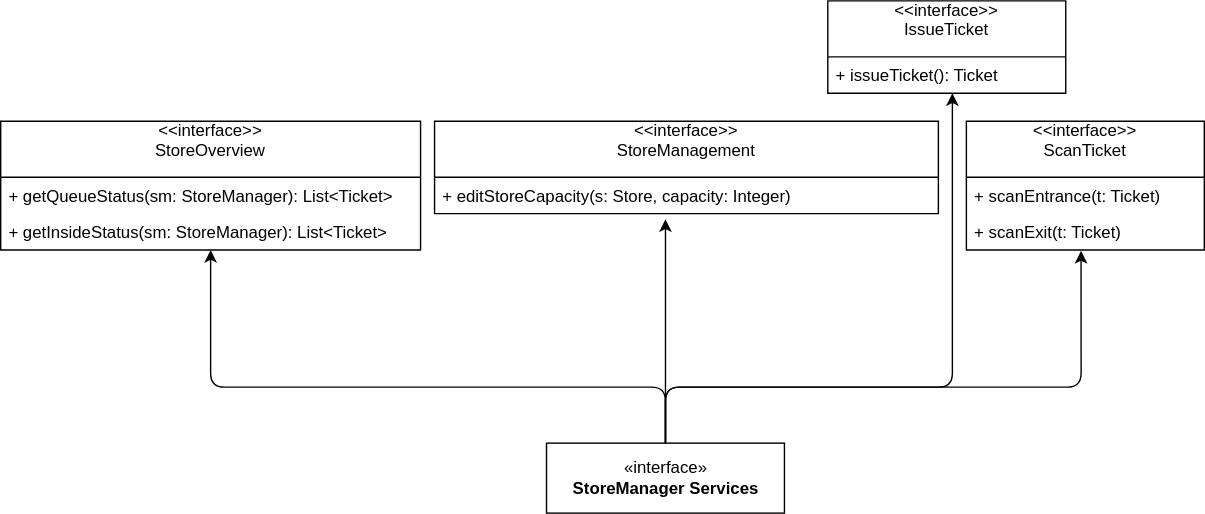
The draw.io diagram assets/component_interface_diagrams/store_manager_component_interface_diagram.svg in ferrohd/CLup, before a commit. Source tidied: cells renumbered, new cells last; positions are measured from the earlier drawing's top-left corner, leaving out a move shared by most shapes.
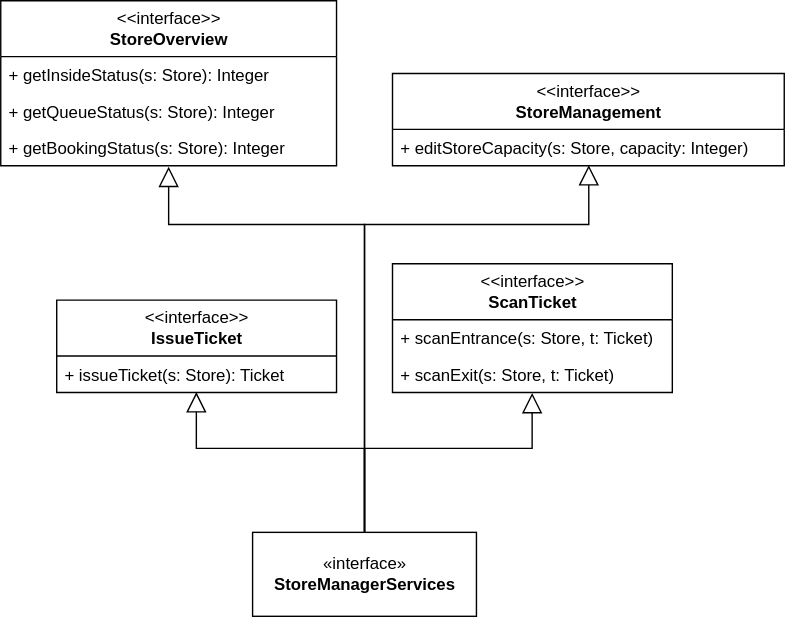
The same diagram one commit later.

The edit, as a diff of the source:
```diff
@@ -2,68 +2,73 @@
   <root>
     <mxCell id="0" />
     <mxCell id="1" parent="0" />
-    <mxCell id="2" value="&lt;&lt;interface&gt;&gt;&#10;StoreOverview&#10;" style="swimlane;fontStyle=0;horizontal=1;startSize=40;fillColor=none;" parent="1" vertex="1">
-      <mxGeometry y="86" width="300" height="92" as="geometry" />
+    <mxCell id="2" value="&amp;lt;&amp;lt;interface&amp;gt;&amp;gt;&lt;br&gt;&lt;b&gt;StoreOverview&lt;/b&gt;" style="swimlane;fontStyle=0;horizontal=1;startSize=40;fillColor=none;html=1;" parent="1" vertex="1">
+      <mxGeometry x="210" y="-124" width="240" height="118" as="geometry" />
     </mxCell>
+    <mxCell id="4" value="+ getInsideStatus(s: Store): Integer" style="text;strokeColor=none;fillColor=none;align=left;verticalAlign=top;spacingLeft=4;spacingRight=4;overflow=hidden;" parent="2" vertex="1">
+      <mxGeometry y="40" width="240" height="26" as="geometry" />
+    </mxCell>
-    <mxCell id="3" value="+ getQueueStatus(sm: StoreManager): List&lt;Ticket&gt;" style="text;strokeColor=none;fillColor=none;align=left;verticalAlign=top;spacingLeft=4;spacingRight=4;overflow=hidden;" parent="2" vertex="1">
-      <mxGeometry y="40" width="300" height="26" as="geometry" />
+    <mxCell id="3" value="+ getQueueStatus(s: Store): Integer" style="text;strokeColor=none;fillColor=none;align=left;verticalAlign=top;spacingLeft=4;spacingRight=4;overflow=hidden;" parent="2" vertex="1">
+      <mxGeometry y="66" width="240" height="26" as="geometry" />
     </mxCell>
-    <mxCell id="4" value="+ getInsideStatus(sm: StoreManager): List&lt;Ticket&gt;" style="text;strokeColor=none;fillColor=none;align=left;verticalAlign=top;spacingLeft=4;spacingRight=4;overflow=hidden;" parent="2" vertex="1">
-      <mxGeometry y="66" width="300" height="26" as="geometry" />
-    </mxCell>
+    <mxCell id="17" value="+ getBookingStatus(s: Store): Integer" style="text;strokeColor=none;fillColor=none;align=left;verticalAlign=top;spacingLeft=4;spacingRight=4;overflow=hidden;points=[[0,0.5],[1,0.5]];portConstraint=eastwest;" parent="2" vertex="1">
+      <mxGeometry y="92" width="240" height="26" as="geometry" />
+    </mxCell>
+    <mxCell id="18" style="edgeStyle=orthogonalEdgeStyle;rounded=0;jumpSize=6;jettySize=auto;html=1;exitX=0.5;exitY=0;exitDx=0;exitDy=0;entryX=0.5;entryY=1.025;entryDx=0;entryDy=0;entryPerimeter=0;shadow=0;endArrow=block;endFill=0;endSize=12;" parent="1" edge="1" source="5" target="17">
+      <mxGeometry relative="1" as="geometry">
+        <Array as="points">
+          <mxPoint x="470" y="36" />
+          <mxPoint x="330" y="36" />
+        </Array>
+      </mxGeometry>
+    </mxCell>
+    <mxCell id="19" style="edgeStyle=orthogonalEdgeStyle;rounded=0;jumpSize=6;jettySize=auto;html=1;shadow=0;endArrow=block;endFill=0;endSize=12;entryX=0.501;entryY=0.982;entryDx=0;entryDy=0;entryPerimeter=0;exitX=0.5;exitY=0;exitDx=0;exitDy=0;" parent="1" edge="1" source="5" target="7">
+      <mxGeometry relative="1" as="geometry">
+        <Array as="points">
+          <mxPoint x="470" y="36" />
+          <mxPoint x="630" y="36" />
+        </Array>
+      </mxGeometry>
+    </mxCell>
+    <mxCell id="20" style="edgeStyle=orthogonalEdgeStyle;rounded=0;jumpSize=6;jettySize=auto;html=1;exitX=0.5;exitY=0;exitDx=0;exitDy=0;shadow=0;endArrow=block;endFill=0;endSize=12;entryX=0.499;entryY=0.991;entryDx=0;entryDy=0;entryPerimeter=0;" parent="1" edge="1" source="5" target="15">
+      <mxGeometry relative="1" as="geometry">
+        <Array as="points">
+          <mxPoint x="470" y="196" />
+          <mxPoint x="350" y="196" />
+        </Array>
+      </mxGeometry>
+    </mxCell>
+    <mxCell id="13" style="edgeStyle=orthogonalEdgeStyle;rounded=0;jumpSize=6;jettySize=auto;html=1;exitX=0.5;exitY=0;exitDx=0;exitDy=0;shadow=0;endArrow=block;endFill=0;endSize=12;entryX=0.499;entryY=1.013;entryDx=0;entryDy=0;entryPerimeter=0;" parent="1" edge="1" source="5" target="10">
+      <mxGeometry relative="1" as="geometry">
+        <Array as="points">
+          <mxPoint x="470" y="196" />
+          <mxPoint x="590" y="196" />
+        </Array>
+      </mxGeometry>
+    </mxCell>
-    <mxCell id="5" value="«interface»&lt;br&gt;&lt;b&gt;StoreManager Services&lt;br&gt;&lt;/b&gt;" style="html=1;" parent="1" vertex="1">
-      <mxGeometry x="390" y="316" width="170" height="50" as="geometry" />
+    <mxCell id="5" value="«interface»&lt;br&gt;&lt;b&gt;StoreManagerServices&lt;br&gt;&lt;/b&gt;" style="html=1;" parent="1" vertex="1">
+      <mxGeometry x="390" y="256" width="160" height="60" as="geometry" />
     </mxCell>
-    <mxCell id="6" value="&lt;&lt;interface&gt;&gt;&#10;StoreManagement&#10;" style="swimlane;fontStyle=0;horizontal=1;startSize=40;fillColor=none;" parent="1" vertex="1">
-      <mxGeometry x="310" y="86" width="360" height="66" as="geometry" />
+    <mxCell id="6" value="&amp;lt;&amp;lt;interface&amp;gt;&amp;gt;&lt;br&gt;&lt;b&gt;StoreManagement&lt;/b&gt;" style="swimlane;fontStyle=0;horizontal=1;startSize=40;fillColor=none;html=1;" parent="1" vertex="1">
+      <mxGeometry x="490" y="-72" width="280" height="66" as="geometry" />
     </mxCell>
     <mxCell id="7" value="+ editStoreCapacity(s: Store, capacity: Integer)" style="text;strokeColor=none;fillColor=none;align=left;verticalAlign=top;spacingLeft=4;spacingRight=4;overflow=hidden;points=[[0,0.5],[1,0.5]];portConstraint=eastwest;" parent="6" vertex="1">
-      <mxGeometry y="40" width="360" height="26" as="geometry" />
+      <mxGeometry y="40" width="280" height="26" as="geometry" />
     </mxCell>
-    <mxCell id="8" value="&lt;&lt;interface&gt;&gt;&#10;ScanTicket&#10;" style="swimlane;fontStyle=0;horizontal=1;startSize=40;fillColor=none;" parent="1" vertex="1">
-      <mxGeometry x="690" y="86" width="170" height="92" as="geometry" />
+    <mxCell id="8" value="&amp;lt;&amp;lt;interface&amp;gt;&amp;gt;&lt;br&gt;&lt;b&gt;ScanTicket&lt;/b&gt;" style="swimlane;fontStyle=0;horizontal=1;startSize=40;fillColor=none;html=1;" parent="1" vertex="1">
+      <mxGeometry x="490" y="64" width="200" height="92" as="geometry" />
     </mxCell>
-    <mxCell id="9" value="+ scanEntrance(t: Ticket)" style="text;strokeColor=none;fillColor=none;align=left;verticalAlign=top;spacingLeft=4;spacingRight=4;overflow=hidden;" parent="8" vertex="1">
-      <mxGeometry y="40" width="170" height="26" as="geometry" />
+    <mxCell id="9" value="+ scanEntrance(s: Store, t: Ticket)" style="text;strokeColor=none;fillColor=none;align=left;verticalAlign=top;spacingLeft=4;spacingRight=4;overflow=hidden;" parent="8" vertex="1">
+      <mxGeometry y="40" width="200" height="26" as="geometry" />
     </mxCell>
-    <mxCell id="10" value="+ scanExit(t: Ticket)" style="text;strokeColor=none;fillColor=none;align=left;verticalAlign=top;spacingLeft=4;spacingRight=4;overflow=hidden;points=[[0,0.5],[1,0.5]];portConstraint=eastwest;" parent="8" vertex="1">
-      <mxGeometry y="66" width="170" height="26" as="geometry" />
+    <mxCell id="10" value="+ scanExit(s: Store, t: Ticket)" style="text;strokeColor=none;fillColor=none;align=left;verticalAlign=top;spacingLeft=4;spacingRight=4;overflow=hidden;points=[[0,0.5],[1,0.5]];portConstraint=eastwest;" parent="8" vertex="1">
+      <mxGeometry y="66" width="200" height="26" as="geometry" />
     </mxCell>
-    <mxCell id="11" style="endArrow=classic;html=1;exitX=0.5;exitY=0;exitDx=0;exitDy=0;entryX=0.5;entryY=1;entryDx=0;entryDy=0;" parent="1" edge="1" source="5" target="2">
-      <mxGeometry relative="1" as="geometry">
-        <Array as="points">
-          <mxPoint x="475" y="276" />
-          <mxPoint x="150" y="276" />
-        </Array>
-      </mxGeometry>
-    </mxCell>
-    <mxCell id="12" style="endArrow=classic;html=1;exitX=0.5;exitY=0;exitDx=0;exitDy=0;" parent="1" edge="1" source="5">
-      <mxGeometry relative="1" as="geometry">
-        <mxPoint x="475" y="156" as="targetPoint" />
-      </mxGeometry>
-    </mxCell>
-    <mxCell id="13" style="endArrow=classic;html=1;exitX=0.5;exitY=0;exitDx=0;exitDy=0;entryX=0.482;entryY=1.024;entryDx=0;entryDy=0;entryPerimeter=0;" parent="1" edge="1" source="5" target="10">
-      <mxGeometry relative="1" as="geometry">
-        <Array as="points">
-          <mxPoint x="475" y="276" />
-          <mxPoint x="772" y="276" />
-        </Array>
-      </mxGeometry>
-    </mxCell>
-    <mxCell id="14" value="&lt;&lt;interface&gt;&gt;&#10;IssueTicket&#10;" style="swimlane;fontStyle=0;horizontal=1;startSize=40;fillColor=none;" parent="1" vertex="1">
-      <mxGeometry x="591" width="170" height="66" as="geometry" />
+    <mxCell id="14" value="&amp;lt;&amp;lt;interface&amp;gt;&amp;gt;&lt;br&gt;&lt;b&gt;IssueTicket&lt;/b&gt;" style="swimlane;fontStyle=0;horizontal=1;startSize=40;fillColor=none;html=1;" parent="1" vertex="1">
+      <mxGeometry x="250" y="90" width="200" height="66" as="geometry" />
     </mxCell>
-    <mxCell id="15" value="+ issueTicket(): Ticket" style="text;strokeColor=none;fillColor=none;align=left;verticalAlign=top;spacingLeft=4;spacingRight=4;overflow=hidden;points=[[0,0.5],[1,0.5]];portConstraint=eastwest;" parent="14" vertex="1">
-      <mxGeometry y="40" width="170" height="26" as="geometry" />
+    <mxCell id="15" value="+ issueTicket(s: Store): Ticket" style="text;strokeColor=none;fillColor=none;align=left;verticalAlign=top;spacingLeft=4;spacingRight=4;overflow=hidden;points=[[0,0.5],[1,0.5]];portConstraint=eastwest;" parent="14" vertex="1">
+      <mxGeometry y="40" width="200" height="26" as="geometry" />
     </mxCell>
-    <mxCell id="16" style="endArrow=classic;html=1;exitX=0.5;exitY=0;exitDx=0;exitDy=0;" parent="1" edge="1" source="5">
-      <mxGeometry relative="1" as="geometry">
-        <mxPoint x="680" y="66" as="targetPoint" />
-        <Array as="points">
-          <mxPoint x="475" y="276" />
-          <mxPoint x="680" y="276" />
-        </Array>
-      </mxGeometry>
-    </mxCell>
   </root>
 </mxGraphModel>
```
